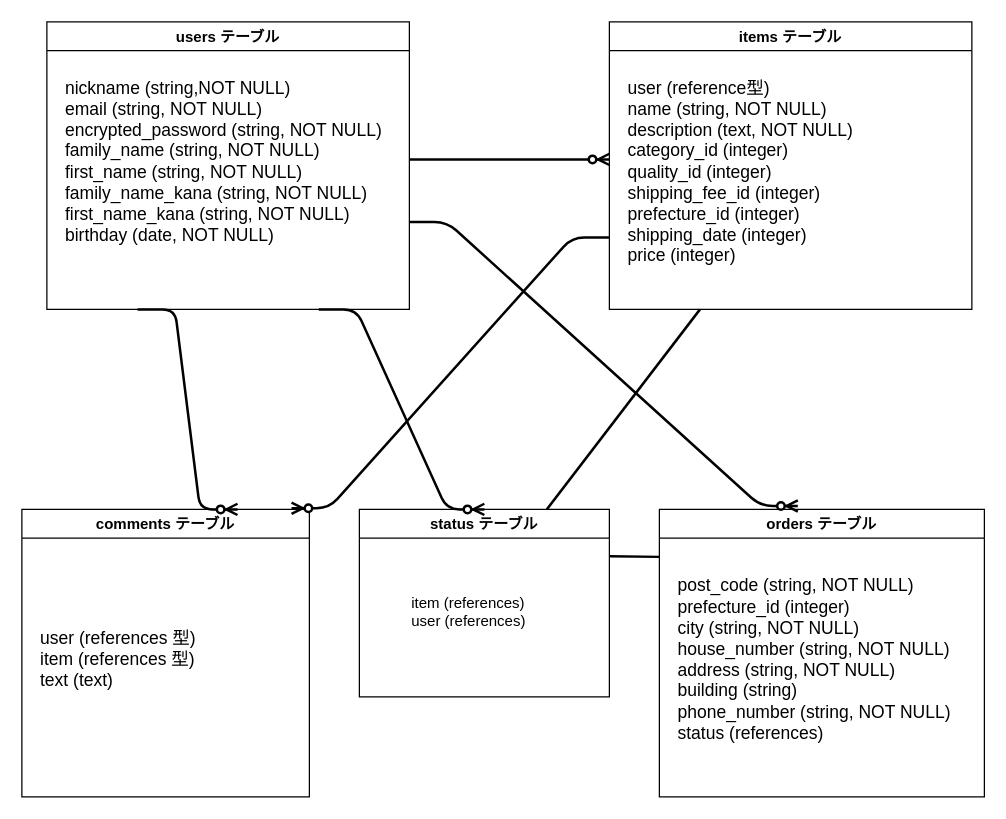
Above: ER.dio in aromavita/furima-35783 (draw.io), before the change. Source tidied: cells renumbered, new cells numbered last; positions are measured from the earlier drawing's top-left corner, leaving out a move shared by most shapes. Both pictures are drawn from the tidied source at 125%, with x=0, y=0 at pixel (21, 21).
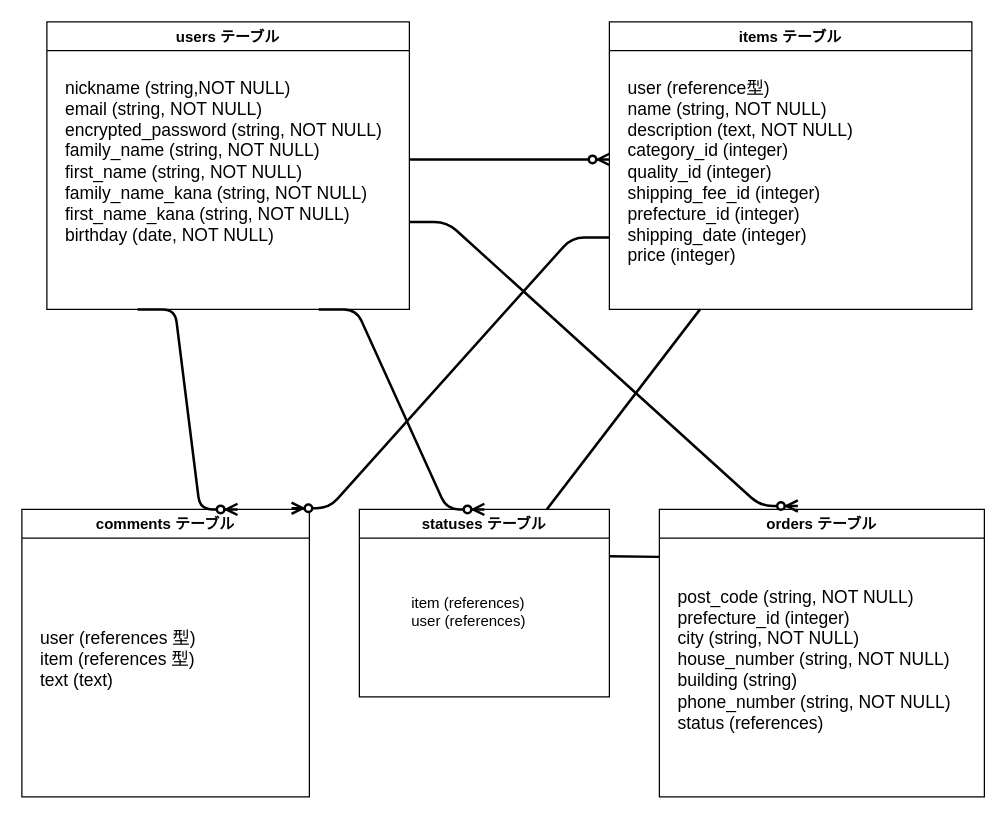
Above is the later version.

Commit message:
レビューからの修正8

The change refers to these unchanged cells:
```xml
<mxCell id="11" value="orders テーブル" style="swimlane;" parent="1" vertex="1">
  <mxGeometry x="510" y="390" width="260" height="230" as="geometry" />
</mxCell>
```

What changed in the source:
```diff
@@
-    <mxCell id="12" value="&lt;font style=&quot;font-size: 14px&quot;&gt;post_code (string, NOT NULL)&lt;br&gt;prefecture_id (integer)&lt;br&gt;city (string, NOT NULL)&lt;br&gt;house_number (string, NOT NULL)&lt;br&gt;address (string, NOT NULL)&lt;br&gt;building (string)&lt;br&gt;phone_number (string, NOT NULL)&lt;br&gt;status (references)&lt;br&gt;&lt;/font&gt;" style="text;html=1;align=left;verticalAlign=middle;strokeColor=none;" parent="11" vertex="1">
-      <mxGeometry x="12.5" y="55" width="230" height="130" as="geometry" />
+    <mxCell id="12" value="&lt;font style=&quot;font-size: 14px&quot;&gt;post_code (string, NOT NULL)&lt;br&gt;prefecture_id (integer)&lt;br&gt;city (string, NOT NULL)&lt;br&gt;house_number (string, NOT NULL)&lt;br&gt;building (string)&lt;br&gt;phone_number (string, NOT NULL)&lt;br&gt;status (references)&lt;br&gt;&lt;/font&gt;" style="text;html=1;align=left;verticalAlign=middle;strokeColor=none;" parent="11" vertex="1">
+      <mxGeometry x="12.5" y="65" width="230" height="110" as="geometry" />
     </mxCell>
-    <mxCell id="13" value="status テーブル" style="swimlane;" parent="1" vertex="1">
+    <mxCell id="13" value="statuses テーブル" style="swimlane;" parent="1" vertex="1">
       <mxGeometry x="270" y="390" width="200" height="150" as="geometry" />
     </mxCell>
```
